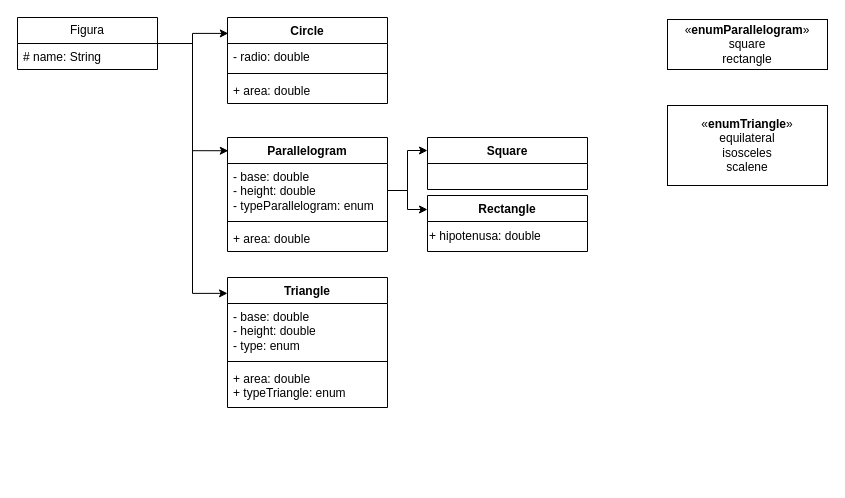
tineojf/practice-java keeps this draw.io diagram as src/figures/diagram/figures.drawio. Above is the earlier version. Source tidied: cells renumbered, new cells numbered last; positions are measured from the earlier drawing's top-left corner, leaving out a move shared by most shapes. Both pictures are drawn from the tidied source at 100%, with x=0, y=0 at pixel (17, 17).
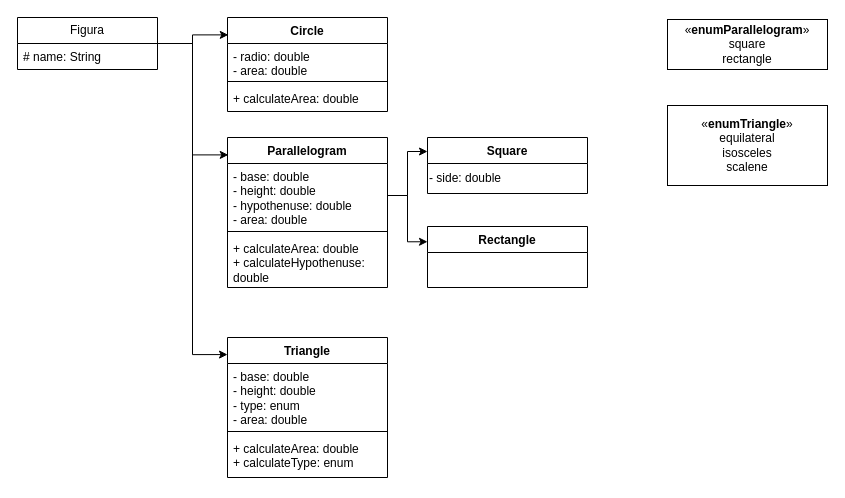
The same diagram, later.

Change to the diagram source:
```diff
@@
     <mxCell id="4" value="Circle" style="swimlane;fontStyle=1;align=center;verticalAlign=top;horizontal=1;startSize=26;whiteSpace=wrap;html=1;" parent="1" vertex="1">
-      <mxGeometry x="210" width="160" height="86" as="geometry" />
+      <mxGeometry x="210" width="160" height="94" as="geometry" />
     </mxCell>
-    <mxCell id="5" value="- radio: double" style="text;strokeColor=none;fillColor=none;align=left;verticalAlign=top;spacingLeft=4;spacingRight=4;overflow=hidden;whiteSpace=wrap;html=1;" parent="4" vertex="1">
-      <mxGeometry y="26" width="160" height="26" as="geometry" />
+    <mxCell id="5" value="- radio: double&lt;br&gt;- area: double" style="text;strokeColor=none;fillColor=none;align=left;verticalAlign=top;spacingLeft=4;spacingRight=4;overflow=hidden;whiteSpace=wrap;html=1;" parent="4" vertex="1">
+      <mxGeometry y="26" width="160" height="34" as="geometry" />
     </mxCell>
     <mxCell id="6" style="line;strokeWidth=1;fillColor=none;align=left;verticalAlign=middle;spacingTop=-1;spacingLeft=3;spacingRight=3;labelPosition=right;strokeColor=inherit;" parent="4" vertex="1">
-      <mxGeometry y="52" width="160" height="8" as="geometry" />
+      <mxGeometry y="60" width="160" height="8" as="geometry" />
     </mxCell>
-    <mxCell id="7" value="+ area: double" style="text;strokeColor=none;fillColor=none;align=left;verticalAlign=top;spacingLeft=4;spacingRight=4;overflow=hidden;whiteSpace=wrap;html=1;" parent="4" vertex="1">
-      <mxGeometry y="60" width="160" height="26" as="geometry" />
+    <mxCell id="7" value="+ calculateArea: double" style="text;strokeColor=none;fillColor=none;align=left;verticalAlign=top;spacingLeft=4;spacingRight=4;overflow=hidden;whiteSpace=wrap;html=1;" parent="4" vertex="1">
+      <mxGeometry y="68" width="160" height="26" as="geometry" />
     </mxCell>
     <mxCell id="8" value="Square" style="swimlane;fontStyle=1;align=center;verticalAlign=top;horizontal=1;startSize=26;whiteSpace=wrap;html=1;" parent="1" vertex="1">
-      <mxGeometry x="410" y="120" width="160" height="52" as="geometry" />
+      <mxGeometry x="410" y="120" width="160" height="56" as="geometry" />
     </mxCell>
+    <mxCell id="26" value="- side: double" style="text;html=1;align=left;verticalAlign=middle;strokeColor=none;fillColor=none;" parent="8" vertex="1">
+      <mxGeometry y="26" width="160" height="30" as="geometry" />
+    </mxCell>
     <mxCell id="9" value="Parallelogram" style="swimlane;fontStyle=1;align=center;verticalAlign=top;horizontal=1;startSize=26;whiteSpace=wrap;html=1;" parent="1" vertex="1">
-      <mxGeometry x="210" y="120" width="160" height="114" as="geometry" />
+      <mxGeometry x="210" y="120" width="160" height="150" as="geometry" />
     </mxCell>
-    <mxCell id="10" value="- base: double&lt;br&gt;- height: double&lt;br&gt;- typeParallelogram: enum" style="text;strokeColor=none;fillColor=none;align=left;verticalAlign=top;spacingLeft=4;spacingRight=4;overflow=hidden;points=[[0,0.5],[1,0.5]];portConstraint=eastwest;whiteSpace=wrap;html=1;" parent="9" vertex="1">
-      <mxGeometry y="26" width="160" height="54" as="geometry" />
+    <mxCell id="10" value="- base: double&lt;br&gt;- height: double&lt;br&gt;- hypothenuse: double&lt;br&gt;- area: double" style="text;strokeColor=none;fillColor=none;align=left;verticalAlign=top;spacingLeft=4;spacingRight=4;overflow=hidden;points=[[0,0.5],[1,0.5]];portConstraint=eastwest;whiteSpace=wrap;html=1;" parent="9" vertex="1">
+      <mxGeometry y="26" width="160" height="64" as="geometry" />
     </mxCell>
     <mxCell id="11" style="line;strokeWidth=1;fillColor=none;align=left;verticalAlign=middle;spacingTop=-1;spacingLeft=3;spacingRight=3;labelPosition=right;strokeColor=inherit;" parent="9" vertex="1">
-      <mxGeometry y="80" width="160" height="8" as="geometry" />
+      <mxGeometry y="90" width="160" height="8" as="geometry" />
     </mxCell>
-    <mxCell id="12" value="+ area: double" style="text;strokeColor=none;fillColor=none;align=left;verticalAlign=top;spacingLeft=4;spacingRight=4;overflow=hidden;whiteSpace=wrap;html=1;" parent="9" vertex="1">
-      <mxGeometry y="88" width="160" height="26" as="geometry" />
+    <mxCell id="12" value="+ calculateArea: double&lt;br&gt;+ calculateHypothenuse: double" style="text;strokeColor=none;fillColor=none;align=left;verticalAlign=top;spacingLeft=4;spacingRight=4;overflow=hidden;whiteSpace=wrap;html=1;" parent="9" vertex="1">
+      <mxGeometry y="98" width="160" height="52" as="geometry" />
     </mxCell>
     <mxCell id="13" value="Rectangle" style="swimlane;fontStyle=1;align=center;verticalAlign=top;horizontal=1;startSize=26;whiteSpace=wrap;html=1;" parent="1" vertex="1">
-      <mxGeometry x="410" y="178" width="160" height="56" as="geometry" />
+      <mxGeometry x="410" y="209" width="160" height="61" as="geometry" />
     </mxCell>
-    <mxCell id="14" value="+ hipotenusa: double" style="text;html=1;align=left;verticalAlign=middle;strokeColor=none;fillColor=none;" parent="13" vertex="1">
-      <mxGeometry y="26" width="160" height="30" as="geometry" />
-    </mxCell>
     <mxCell id="15" value="Triangle" style="swimlane;fontStyle=1;align=center;verticalAlign=top;horizontal=1;startSize=26;whiteSpace=wrap;html=1;" parent="1" vertex="1">
-      <mxGeometry x="210" y="260" width="160" height="130" as="geometry" />
+      <mxGeometry x="210" y="320" width="160" height="140" as="geometry" />
     </mxCell>
-    <mxCell id="16" value="- base: double&lt;br&gt;- height: double&lt;br&gt;- type: enum" style="text;strokeColor=none;fillColor=none;align=left;verticalAlign=top;spacingLeft=4;spacingRight=4;overflow=hidden;whiteSpace=wrap;html=1;" parent="15" vertex="1">
-      <mxGeometry y="26" width="160" height="54" as="geometry" />
+    <mxCell id="16" value="- base: double&lt;br&gt;- height: double&lt;br&gt;- type: enum&lt;br&gt;- area: double" style="text;strokeColor=none;fillColor=none;align=left;verticalAlign=top;spacingLeft=4;spacingRight=4;overflow=hidden;whiteSpace=wrap;html=1;" parent="15" vertex="1">
+      <mxGeometry y="26" width="160" height="64" as="geometry" />
     </mxCell>
     <mxCell id="17" style="line;strokeWidth=1;fillColor=none;align=left;verticalAlign=middle;spacingTop=-1;spacingLeft=3;spacingRight=3;labelPosition=right;strokeColor=inherit;" parent="15" vertex="1">
-      <mxGeometry y="80" width="160" height="8" as="geometry" />
+      <mxGeometry y="90" width="160" height="8" as="geometry" />
     </mxCell>
-    <mxCell id="18" value="+ area: double&lt;br&gt;+ typeTriangle: enum" style="text;strokeColor=none;fillColor=none;align=left;verticalAlign=top;spacingLeft=4;spacingRight=4;overflow=hidden;whiteSpace=wrap;html=1;" parent="15" vertex="1">
-      <mxGeometry y="88" width="160" height="42" as="geometry" />
+    <mxCell id="18" value="+ calculateArea: double&lt;br&gt;+ calculateType: enum" style="text;strokeColor=none;fillColor=none;align=left;verticalAlign=top;spacingLeft=4;spacingRight=4;overflow=hidden;whiteSpace=wrap;html=1;" parent="15" vertex="1">
+      <mxGeometry y="98" width="160" height="42" as="geometry" />
     </mxCell>
```
